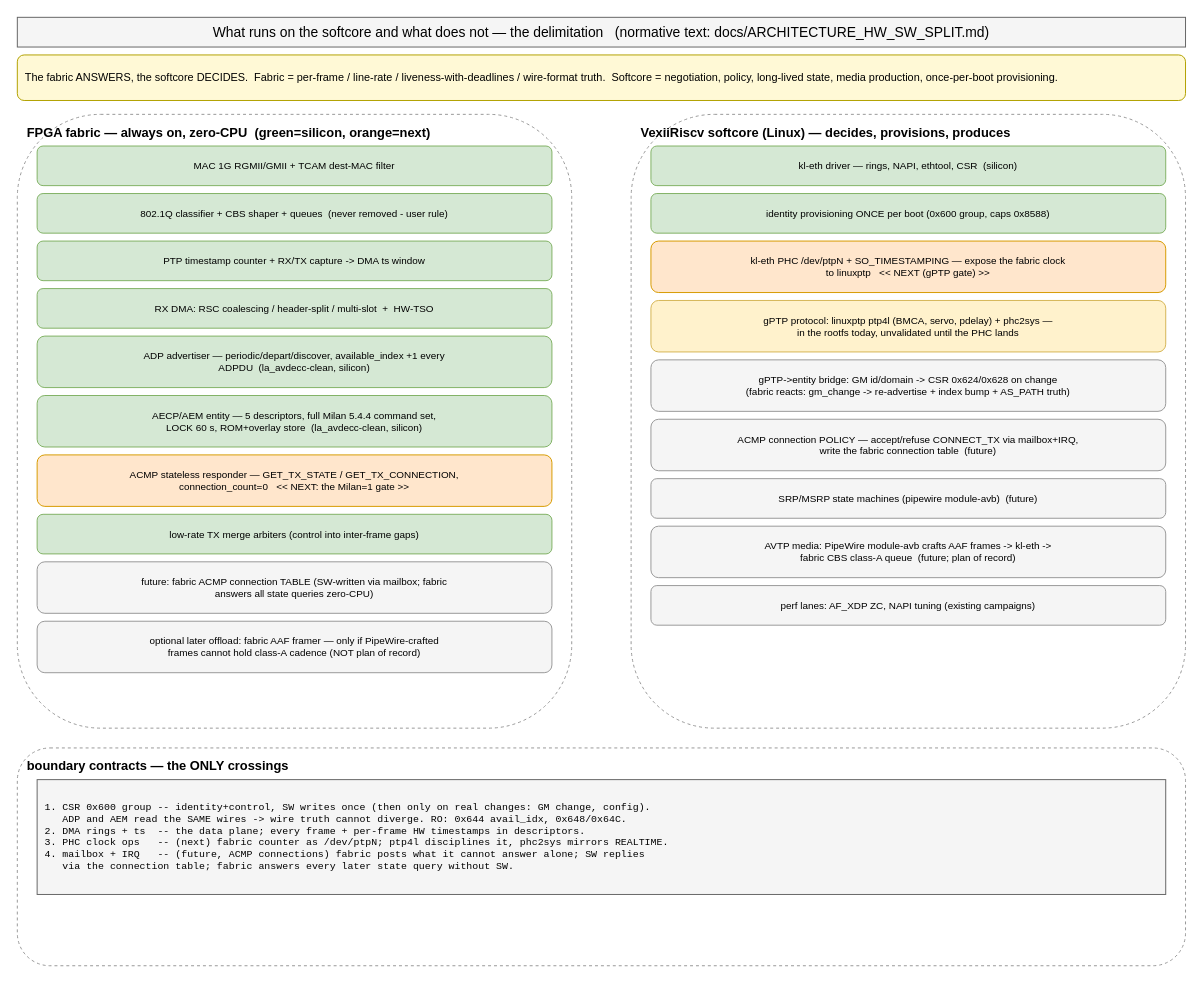
kebag-logic/milan-fpga keeps this draw.io diagram as page "9-hw-sw-split" (9 of 9) of hdl/aecp/doc/atdecc_architecture.drawio. Above is the earlier version. Source tidied: cells renumbered, new cells numbered last; positions are measured from the earlier drawing's top-left corner, leaving out a move shared by most shapes. Both pictures are drawn from the tidied source at 99%, with x=0, y=0 at pixel (17, 17).
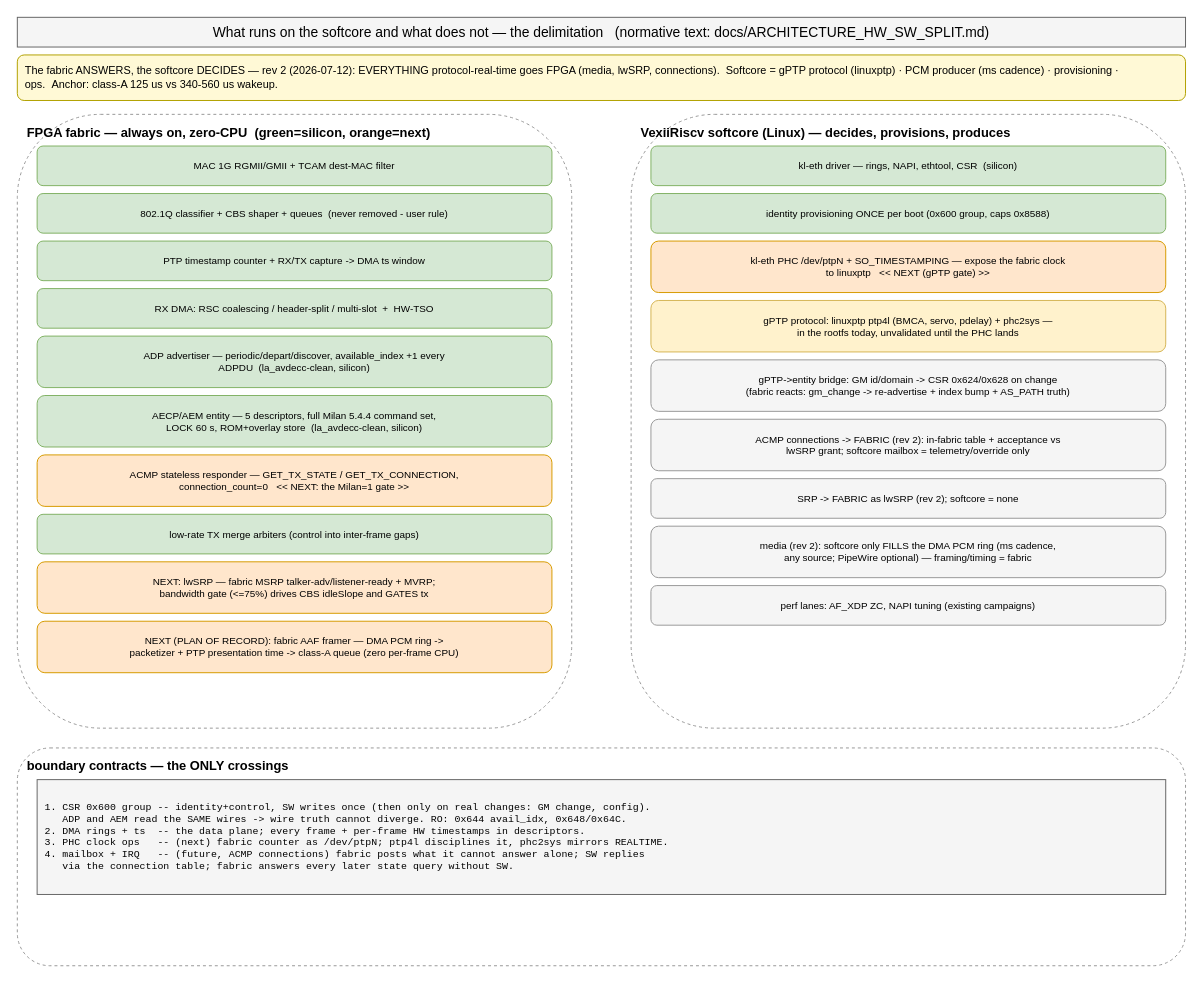
The same page after the edit.

What changed in the source:
```diff
@@
-    <mxCell id="3" value="The fabric ANSWERS, the softcore DECIDES.  Fabric = per-frame / line-rate / liveness-with-deadlines / wire-format truth.  Softcore = negotiation, policy, long-lived state, media production, once-per-boot provisioning." style="rounded=1;whiteSpace=wrap;html=1;fillColor=#fff9d6;strokeColor=#b3a100;fontSize=11;verticalAlign=middle;align=left;spacingLeft=6;spacingRight=6;" parent="1" vertex="1">
+    <mxCell id="3" value="The fabric ANSWERS, the softcore DECIDES — rev 2 (2026-07-12): EVERYTHING protocol-real-time goes FPGA (media, lwSRP, connections).  Softcore = gPTP protocol (linuxptp) · PCM producer (ms cadence) · provisioning · ops.  Anchor: class-A 125 us vs 340-560 us wakeup." style="rounded=1;whiteSpace=wrap;html=1;fillColor=#fff9d6;strokeColor=#b3a100;fontSize=11;verticalAlign=middle;align=left;spacingLeft=6;spacingRight=6;" parent="1" vertex="1">
       <mxGeometry y="38" width="1180" height="46" as="geometry" />
     </mxCell>
@@
-    <mxCell id="13" value="future: fabric ACMP connection TABLE (SW-written via mailbox; fabric&#10;answers all state queries zero-CPU)" style="rounded=1;whiteSpace=wrap;html=1;fillColor=#f5f5f5;strokeColor=#999;fontSize=10;verticalAlign=middle;align=center;spacingLeft=6;spacingRight=6;" parent="1" vertex="1">
+    <mxCell id="13" value="NEXT: lwSRP — fabric MSRP talker-adv/listener-ready + MVRP;&#10;bandwidth gate (&lt;=75%) drives CBS idleSlope and GATES tx" style="rounded=1;whiteSpace=wrap;html=1;fillColor=#ffe6cc;strokeColor=#d79b00;fontSize=10;verticalAlign=middle;align=center;spacingLeft=6;spacingRight=6;" parent="1" vertex="1">
       <mxGeometry x="20" y="550" width="520" height="52" as="geometry" />
     </mxCell>
-    <mxCell id="14" value="optional later offload: fabric AAF framer — only if PipeWire-crafted&#10;frames cannot hold class-A cadence (NOT plan of record)" style="rounded=1;whiteSpace=wrap;html=1;fillColor=#f5f5f5;strokeColor=#999;fontSize=10;verticalAlign=middle;align=center;spacingLeft=6;spacingRight=6;" parent="1" vertex="1">
+    <mxCell id="14" value="NEXT (PLAN OF RECORD): fabric AAF framer — DMA PCM ring -&gt;&#10;packetizer + PTP presentation time -&gt; class-A queue (zero per-frame CPU)" style="rounded=1;whiteSpace=wrap;html=1;fillColor=#ffe6cc;strokeColor=#d79b00;fontSize=10;verticalAlign=middle;align=center;spacingLeft=6;spacingRight=6;" parent="1" vertex="1">
       <mxGeometry x="20" y="610" width="520" height="52" as="geometry" />
     </mxCell>
@@
-    <mxCell id="21" value="ACMP connection POLICY — accept/refuse CONNECT_TX via mailbox+IRQ,&#10;write the fabric connection table  (future)" style="rounded=1;whiteSpace=wrap;html=1;fillColor=#f5f5f5;strokeColor=#999;fontSize=10;verticalAlign=middle;align=center;spacingLeft=6;spacingRight=6;" parent="1" vertex="1">
+    <mxCell id="21" value="ACMP connections -&gt; FABRIC (rev 2): in-fabric table + acceptance vs&#10;lwSRP grant; softcore mailbox = telemetry/override only" style="rounded=1;whiteSpace=wrap;html=1;fillColor=#f5f5f5;strokeColor=#999;fontSize=10;verticalAlign=middle;align=center;spacingLeft=6;spacingRight=6;" parent="1" vertex="1">
       <mxGeometry x="640" y="406" width="520" height="52" as="geometry" />
     </mxCell>
-    <mxCell id="22" value="SRP/MSRP state machines (pipewire module-avb)  (future)" style="rounded=1;whiteSpace=wrap;html=1;fillColor=#f5f5f5;strokeColor=#999;fontSize=10;verticalAlign=middle;align=center;spacingLeft=6;spacingRight=6;" parent="1" vertex="1">
+    <mxCell id="22" value="SRP -&gt; FABRIC as lwSRP (rev 2); softcore = none" style="rounded=1;whiteSpace=wrap;html=1;fillColor=#f5f5f5;strokeColor=#999;fontSize=10;verticalAlign=middle;align=center;spacingLeft=6;spacingRight=6;" parent="1" vertex="1">
       <mxGeometry x="640" y="466" width="520" height="40" as="geometry" />
     </mxCell>
-    <mxCell id="23" value="AVTP media: PipeWire module-avb crafts AAF frames -&gt; kl-eth -&gt;&#10;fabric CBS class-A queue  (future; plan of record)" style="rounded=1;whiteSpace=wrap;html=1;fillColor=#f5f5f5;strokeColor=#999;fontSize=10;verticalAlign=middle;align=center;spacingLeft=6;spacingRight=6;" parent="1" vertex="1">
+    <mxCell id="23" value="media (rev 2): softcore only FILLS the DMA PCM ring (ms cadence,&#10;any source; PipeWire optional) — framing/timing = fabric" style="rounded=1;whiteSpace=wrap;html=1;fillColor=#f5f5f5;strokeColor=#999;fontSize=10;verticalAlign=middle;align=center;spacingLeft=6;spacingRight=6;" parent="1" vertex="1">
       <mxGeometry x="640" y="514" width="520" height="52" as="geometry" />
     </mxCell>
```
